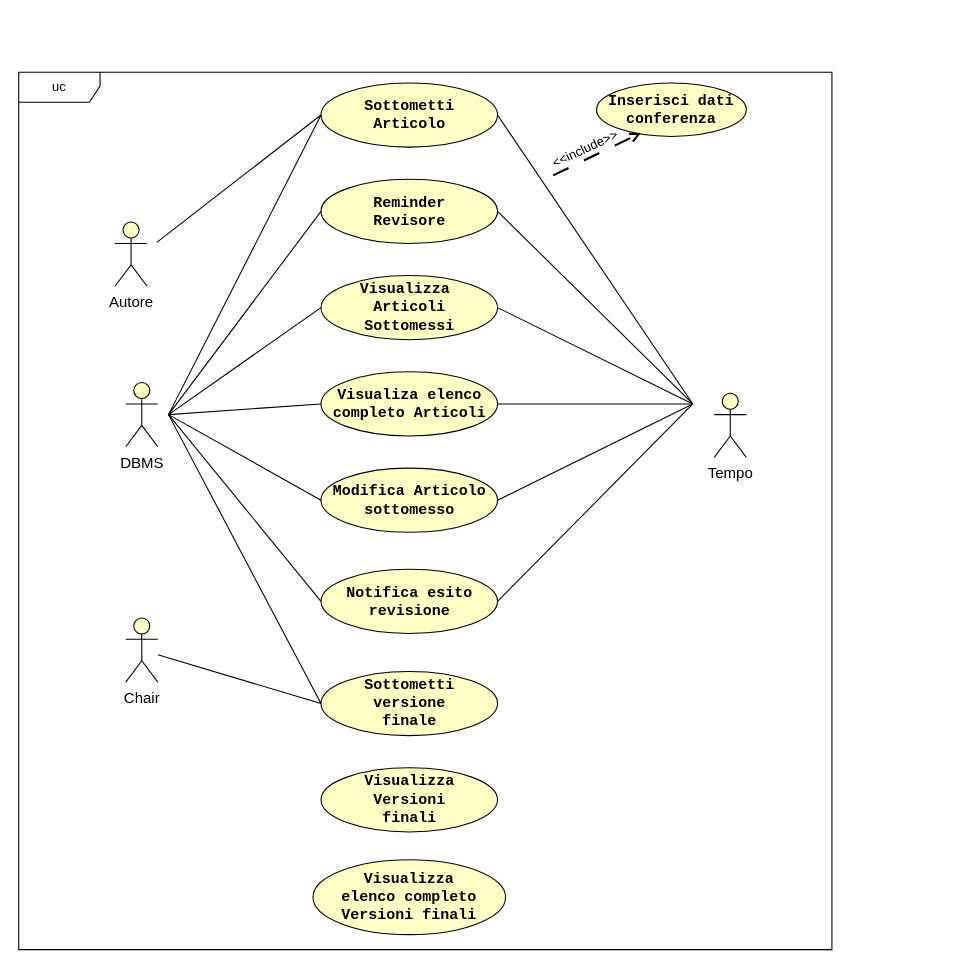
Above: RAD/images/GestionePaper.drawio in Gabro29/IngegneriaSoftware (draw.io), before the change. Source tidied: cells renumbered, new cells numbered last; positions are measured from the earlier drawing's top-left corner, leaving out a move shared by most shapes. Both pictures are drawn from the tidied source at 107%, with x=0, y=0 at pixel (18, 72).
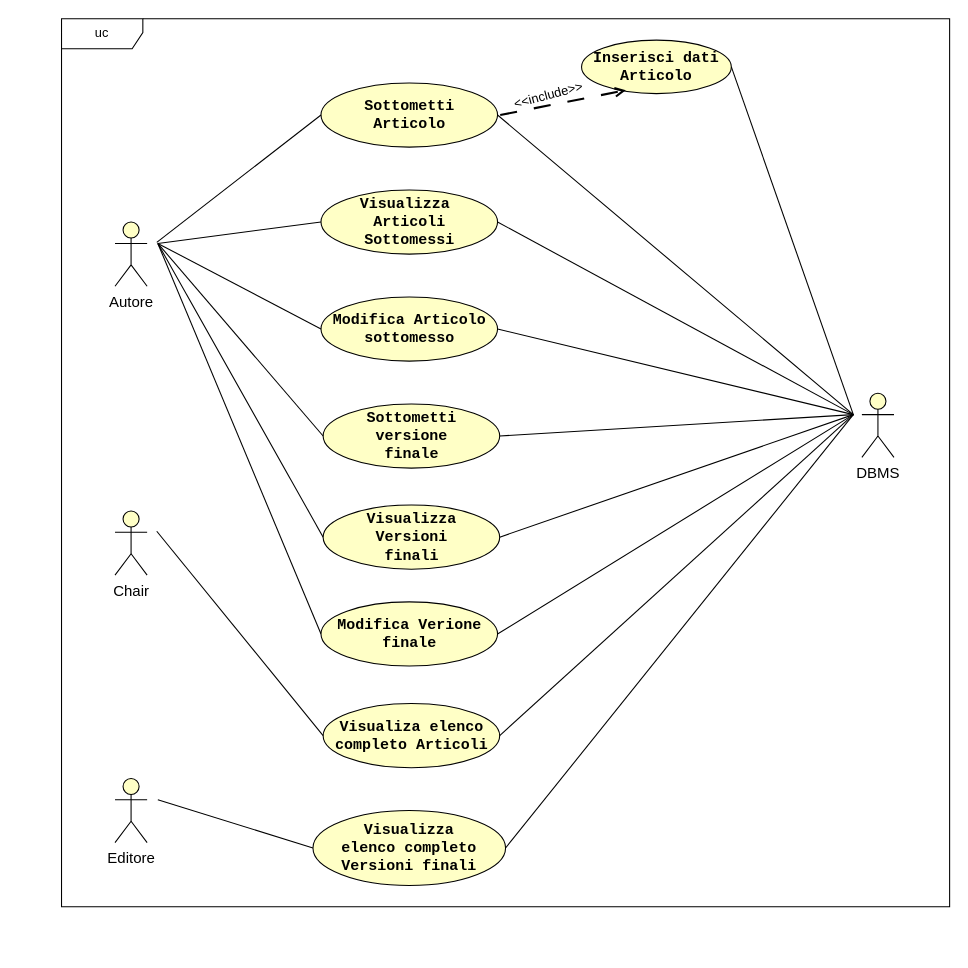
Above is the later version.

The change refers to these unchanged cells:
```xml
<mxCell id="5" value="&lt;font face=&quot;Courier New&quot; style=&quot;color: light-dark(rgb(0, 0, 0), rgb(0, 0, 0));&quot;&gt;&lt;span style=&quot;font-size: 14px;&quot;&gt;&lt;b style=&quot;&quot;&gt;Sottometti&lt;/b&gt;&lt;/span&gt;&lt;/font&gt;&lt;div&gt;&lt;font face=&quot;Courier New&quot; style=&quot;color: light-dark(rgb(0, 0, 0), rgb(0, 0, 0));&quot;&gt;&lt;span style=&quot;font-size: 14px;&quot;&gt;&lt;b style=&quot;&quot;&gt;Articolo&lt;/b&gt;&lt;/span&gt;&lt;/font&gt;&lt;/div&gt;" style="ellipse;whiteSpace=wrap;html=1;fillColor=light-dark(#FFFFC6,#FDF89C);strokeColor=light-dark(#000000,#000000);" parent="1" vertex="1">
  <mxGeometry x="282.5" y="10" width="165" height="60" as="geometry" />
</mxCell>
```

The edit, as a diff of the source:
```diff
@@
-    <mxCell id="2" value="&lt;font style=&quot;color: light-dark(rgb(0, 0, 0), rgb(0, 0, 0)); font-size: 14px;&quot;&gt;Chair&lt;/font&gt;" style="shape=umlActor;verticalLabelPosition=bottom;verticalAlign=top;html=1;outlineConnect=0;strokeColor=light-dark(#000000,#000000);fillColor=light-dark(#FFFFC6,#FDF89C);" parent="1" vertex="1">
-      <mxGeometry x="100" y="510" width="30" height="60" as="geometry" />
+    <mxCell id="2" value="&lt;font style=&quot;color: light-dark(rgb(0, 0, 0), rgb(0, 0, 0)); font-size: 14px;&quot;&gt;Editore&lt;/font&gt;" style="shape=umlActor;verticalLabelPosition=bottom;verticalAlign=top;html=1;outlineConnect=0;strokeColor=light-dark(#000000,#000000);fillColor=light-dark(#FFFFC6,#FDF89C);" parent="1" vertex="1">
+      <mxGeometry x="90" y="660" width="30" height="60" as="geometry" />
     </mxCell>
-    <mxCell id="3" value="&lt;font style=&quot;color: light-dark(rgb(0, 0, 0), rgb(0, 0, 0)); font-size: 14px;&quot;&gt;DBMS&lt;/font&gt;" style="shape=umlActor;verticalLabelPosition=bottom;verticalAlign=top;html=1;strokeColor=light-dark(#000000,#000000);fillColor=light-dark(#FFFFC6,#FDF89C);" parent="1" vertex="1">
-      <mxGeometry x="100" y="290" width="30" height="60" as="geometry" />
+    <mxCell id="3" value="&lt;font style=&quot;color: light-dark(rgb(0, 0, 0), rgb(0, 0, 0)); font-size: 14px;&quot;&gt;Chair&lt;/font&gt;" style="shape=umlActor;verticalLabelPosition=bottom;verticalAlign=top;html=1;strokeColor=light-dark(#000000,#000000);fillColor=light-dark(#FFFFC6,#FDF89C);" parent="1" vertex="1">
+      <mxGeometry x="90" y="410" width="30" height="60" as="geometry" />
     </mxCell>
-    <mxCell id="4" value="&lt;font style=&quot;color: light-dark(rgb(0, 0, 0), rgb(9, 9, 9));&quot; face=&quot;Courier New&quot;&gt;&lt;span style=&quot;font-size: 14px;&quot;&gt;&lt;b style=&quot;&quot;&gt;Reminder&lt;/b&gt;&lt;/span&gt;&lt;/font&gt;&lt;div&gt;&lt;font style=&quot;color: light-dark(rgb(0, 0, 0), rgb(9, 9, 9));&quot; face=&quot;Courier New&quot;&gt;&lt;span style=&quot;font-size: 14px;&quot;&gt;&lt;b style=&quot;&quot;&gt;Revisore&lt;/b&gt;&lt;/span&gt;&lt;/font&gt;&lt;/div&gt;" style="ellipse;whiteSpace=wrap;html=1;fillColor=light-dark(#FFFFC6,#FDF89C);strokeColor=light-dark(#000000,#000000);gradientColor=none;" parent="1" vertex="1">
-      <mxGeometry x="282.5" y="100" width="165" height="60" as="geometry" />
-    </mxCell>
@@
     <mxCell id="6" value="&lt;font style=&quot;color: light-dark(rgb(0, 0, 0), rgb(9, 9, 9));&quot; face=&quot;Courier New&quot;&gt;&lt;span style=&quot;font-size: 14px;&quot;&gt;&lt;b style=&quot;&quot;&gt;Visualizza&amp;nbsp;&lt;/b&gt;&lt;/span&gt;&lt;/font&gt;&lt;div&gt;&lt;font style=&quot;color: light-dark(rgb(0, 0, 0), rgb(9, 9, 9));&quot; face=&quot;Courier New&quot;&gt;&lt;span style=&quot;font-size: 14px;&quot;&gt;&lt;b style=&quot;&quot;&gt;Articoli&lt;/b&gt;&lt;/span&gt;&lt;/font&gt;&lt;div&gt;&lt;font style=&quot;color: light-dark(rgb(0, 0, 0), rgb(9, 9, 9));&quot; face=&quot;Courier New&quot;&gt;&lt;span style=&quot;font-size: 14px;&quot;&gt;&lt;b style=&quot;&quot;&gt;Sottomessi&lt;/b&gt;&lt;/span&gt;&lt;/font&gt;&lt;/div&gt;&lt;/div&gt;" style="ellipse;whiteSpace=wrap;html=1;fillColor=light-dark(#FFFFC6,#FDF89C);strokeColor=light-dark(#000000,#000000);" parent="1" vertex="1">
-      <mxGeometry x="282.5" y="190" width="165" height="60" as="geometry" />
+      <mxGeometry x="282.5" y="110" width="165" height="60" as="geometry" />
     </mxCell>
     <mxCell id="7" value="&lt;font style=&quot;color: light-dark(rgb(0, 0, 0), rgb(0, 0, 0));&quot; face=&quot;Courier New&quot;&gt;&lt;span style=&quot;font-size: 14px;&quot;&gt;&lt;b style=&quot;&quot;&gt;Visualiza elenco&lt;/b&gt;&lt;/span&gt;&lt;/font&gt;&lt;div&gt;&lt;font style=&quot;color: light-dark(rgb(0, 0, 0), rgb(0, 0, 0));&quot; face=&quot;Courier New&quot;&gt;&lt;span style=&quot;font-size: 14px;&quot;&gt;&lt;b style=&quot;&quot;&gt;completo Articoli&lt;/b&gt;&lt;/span&gt;&lt;/font&gt;&lt;/div&gt;" style="ellipse;whiteSpace=wrap;html=1;fillColor=light-dark(#FFFFC6,#FDF89C);strokeColor=light-dark(#000000,#000000);" parent="1" vertex="1">
-      <mxGeometry x="282.5" y="280" width="165" height="60" as="geometry" />
+      <mxGeometry x="284.5" y="590" width="165" height="60" as="geometry" />
     </mxCell>
     <mxCell id="8" value="&lt;font face=&quot;Courier New&quot; style=&quot;color: light-dark(rgb(0, 0, 0), rgb(9, 9, 9)); font-size: 14px;&quot;&gt;&lt;b style=&quot;&quot;&gt;Sottometti&lt;/b&gt;&lt;/font&gt;&lt;div&gt;&lt;font face=&quot;Courier New&quot; style=&quot;color: light-dark(rgb(0, 0, 0), rgb(9, 9, 9)); font-size: 14px;&quot;&gt;&lt;b style=&quot;&quot;&gt;versione&lt;/b&gt;&lt;/font&gt;&lt;/div&gt;&lt;div&gt;&lt;font face=&quot;Courier New&quot; style=&quot;color: light-dark(rgb(0, 0, 0), rgb(9, 9, 9)); font-size: 14px;&quot;&gt;&lt;b style=&quot;&quot;&gt;finale&lt;/b&gt;&lt;/font&gt;&lt;/div&gt;" style="ellipse;whiteSpace=wrap;html=1;fillColor=light-dark(#FFFFC6,#FDF89C);strokeColor=light-dark(#000000,#000000);" parent="1" vertex="1">
-      <mxGeometry x="282.5" y="560" width="165" height="60" as="geometry" />
+      <mxGeometry x="284.5" y="310" width="165" height="60" as="geometry" />
     </mxCell>
     <mxCell id="9" value="&lt;font style=&quot;color: light-dark(rgb(0, 0, 0), rgb(0, 0, 0));&quot; face=&quot;Courier New&quot;&gt;&lt;span style=&quot;font-size: 14px;&quot;&gt;&lt;b style=&quot;&quot;&gt;Modifica Articolo&lt;/b&gt;&lt;/span&gt;&lt;/font&gt;&lt;div&gt;&lt;font style=&quot;color: light-dark(rgb(0, 0, 0), rgb(0, 0, 0));&quot; face=&quot;Courier New&quot;&gt;&lt;span style=&quot;font-size: 14px;&quot;&gt;&lt;b style=&quot;&quot;&gt;sottomesso&lt;/b&gt;&lt;/span&gt;&lt;/font&gt;&lt;/div&gt;" style="ellipse;whiteSpace=wrap;html=1;fillColor=light-dark(#FFFFC6,#FDF89C);strokeColor=light-dark(#000000,#000000);" parent="1" vertex="1">
-      <mxGeometry x="282.5" y="370" width="165" height="60" as="geometry" />
+      <mxGeometry x="282.5" y="210" width="165" height="60" as="geometry" />
     </mxCell>
-    <mxCell id="10" value="&lt;font face=&quot;Courier New&quot; style=&quot;color: light-dark(rgb(0, 0, 0), rgb(9, 9, 9)); font-size: 14px;&quot;&gt;&lt;b style=&quot;&quot;&gt;Notifica esito&lt;/b&gt;&lt;/font&gt;&lt;div&gt;&lt;font face=&quot;Courier New&quot; style=&quot;color: light-dark(rgb(0, 0, 0), rgb(9, 9, 9)); font-size: 14px;&quot;&gt;&lt;b style=&quot;&quot;&gt;revisione&lt;/b&gt;&lt;/font&gt;&lt;/div&gt;" style="ellipse;whiteSpace=wrap;html=1;fillColor=light-dark(#FFFFC6,#FDF89C);strokeColor=light-dark(#000000,#000000);" parent="1" vertex="1">
-      <mxGeometry x="282.5" y="464.5" width="165" height="60" as="geometry" />
-    </mxCell>
     <mxCell id="11" value="uc" style="shape=umlFrame;whiteSpace=wrap;html=1;strokeColor=light-dark(#000000,#000000);width=76;height=28;" parent="1" vertex="1">
-      <mxGeometry width="760" height="820" as="geometry" />
+      <mxGeometry x="40" y="-50" width="830" height="830" as="geometry" />
     </mxCell>
-    <mxCell id="12" style="endArrow=none;html=1;rounded=0;strokeColor=light-dark(#000000,#000000);endFill=0;strokeWidth=1;startSize=6;jumpSize=6;targetPerimeterSpacing=0;endSize=6;entryX=0;entryY=0.5;entryDx=0;entryDy=0;startFill=0;" parent="1" edge="1" source="2" target="8">
-      <mxGeometry relative="1" as="geometry" />
+    <mxCell id="12" style="endArrow=none;html=1;rounded=0;strokeColor=light-dark(#000000,#000000);endFill=0;strokeWidth=1;startSize=6;jumpSize=6;targetPerimeterSpacing=0;endSize=6;entryX=0;entryY=0.5;entryDx=0;entryDy=0;startFill=0;" parent="1" edge="1" target="8">
+      <mxGeometry relative="1" as="geometry">
+        <mxPoint x="130" y="160" as="sourcePoint" />
+      </mxGeometry>
     </mxCell>
     <mxCell id="13" style="endArrow=none;html=1;rounded=0;strokeColor=light-dark(#000000,#000000);endFill=0;strokeWidth=1;startSize=6;jumpSize=6;targetPerimeterSpacing=0;endSize=6;entryX=1;entryY=0.5;entryDx=0;entryDy=0;startFill=0;" parent="1" edge="1" target="5">
       <mxGeometry relative="1" as="geometry">
-        <mxPoint x="630" y="310" as="sourcePoint" />
+        <mxPoint x="780" y="320" as="sourcePoint" />
       </mxGeometry>
     </mxCell>
-    <mxCell id="14" style="endArrow=none;html=1;rounded=0;strokeColor=light-dark(#000000,#000000);endFill=0;strokeWidth=1;startSize=6;jumpSize=6;targetPerimeterSpacing=0;endSize=6;entryX=1;entryY=0.5;entryDx=0;entryDy=0;startFill=0;" parent="1" edge="1" target="4">
-      <mxGeometry relative="1" as="geometry">
-        <mxPoint x="630" y="310" as="sourcePoint" />
-      </mxGeometry>
-    </mxCell>
     <mxCell id="15" style="endArrow=none;html=1;rounded=0;strokeColor=light-dark(#000000,#000000);endFill=0;strokeWidth=1;startSize=6;jumpSize=6;targetPerimeterSpacing=0;endSize=6;entryX=1;entryY=0.5;entryDx=0;entryDy=0;startFill=0;" parent="1" edge="1" target="6">
       <mxGeometry relative="1" as="geometry">
-        <mxPoint x="630" y="310" as="sourcePoint" />
+        <mxPoint x="780" y="320" as="sourcePoint" />
       </mxGeometry>
     </mxCell>
     <mxCell id="16" style="endArrow=none;html=1;rounded=0;strokeColor=light-dark(#000000,#000000);endFill=0;strokeWidth=1;startSize=6;jumpSize=6;targetPerimeterSpacing=0;endSize=6;entryX=1;entryY=0.5;entryDx=0;entryDy=0;startFill=0;" parent="1" edge="1" target="7">
       <mxGeometry relative="1" as="geometry">
-        <mxPoint x="630" y="310" as="sourcePoint" />
+        <mxPoint x="780" y="320" as="sourcePoint" />
       </mxGeometry>
     </mxCell>
     <mxCell id="17" style="endArrow=none;html=1;rounded=0;strokeColor=light-dark(#000000,#000000);endFill=0;strokeWidth=1;startSize=6;jumpSize=6;targetPerimeterSpacing=0;endSize=6;entryX=1;entryY=0.5;entryDx=0;entryDy=0;startFill=0;" parent="1" edge="1" target="9">
       <mxGeometry relative="1" as="geometry">
-        <mxPoint x="630" y="310" as="sourcePoint" />
+        <mxPoint x="780" y="320" as="sourcePoint" />
       </mxGeometry>
     </mxCell>
-    <mxCell id="18" style="endArrow=none;html=1;rounded=0;strokeColor=light-dark(#000000,#000000);endFill=0;strokeWidth=1;startSize=6;jumpSize=6;targetPerimeterSpacing=0;endSize=6;entryX=1;entryY=0.5;entryDx=0;entryDy=0;startFill=0;" parent="1" edge="1" target="10">
+    <mxCell id="18" style="endArrow=none;html=1;rounded=0;strokeColor=light-dark(#000000,#000000);endFill=0;strokeWidth=1;startSize=6;jumpSize=6;targetPerimeterSpacing=0;endSize=6;entryX=1;entryY=0.5;entryDx=0;entryDy=0;startFill=0;" parent="1" edge="1" target="29">
       <mxGeometry relative="1" as="geometry">
-        <mxPoint x="630" y="310" as="sourcePoint" />
+        <mxPoint x="780" y="320" as="sourcePoint" />
       </mxGeometry>
     </mxCell>
-    <mxCell id="19" value="&lt;font style=&quot;color: light-dark(rgb(0, 0, 0), rgb(0, 0, 0)); font-size: 14px;&quot;&gt;Tempo&lt;/font&gt;" style="shape=umlActor;verticalLabelPosition=bottom;verticalAlign=top;html=1;strokeColor=light-dark(#000000,#000000);fillColor=light-dark(#FFFFC6,#FDF89C);" parent="1" vertex="1">
-      <mxGeometry x="650" y="300" width="30" height="60" as="geometry" />
+    <mxCell id="19" value="&lt;font style=&quot;color: light-dark(rgb(0, 0, 0), rgb(0, 0, 0)); font-size: 14px;&quot;&gt;DBMS&lt;/font&gt;" style="shape=umlActor;verticalLabelPosition=bottom;verticalAlign=top;html=1;strokeColor=light-dark(#000000,#000000);fillColor=light-dark(#FFFFC6,#FDF89C);" parent="1" vertex="1">
+      <mxGeometry x="788" y="300" width="30" height="60" as="geometry" />
     </mxCell>
-    <mxCell id="20" style="endArrow=none;html=1;rounded=0;strokeColor=light-dark(#000000,#000000);endFill=0;strokeWidth=1;startSize=6;jumpSize=6;targetPerimeterSpacing=0;endSize=6;entryX=0;entryY=0.5;entryDx=0;entryDy=0;startFill=0;" parent="1" edge="1" target="10">
+    <mxCell id="20" style="endArrow=none;html=1;rounded=0;strokeColor=light-dark(#000000,#000000);endFill=0;strokeWidth=1;startSize=6;jumpSize=6;targetPerimeterSpacing=0;endSize=6;entryX=0;entryY=0.5;entryDx=0;entryDy=0;startFill=0;" parent="1" edge="1" target="36">
       <mxGeometry relative="1" as="geometry">
-        <mxPoint x="140" y="320" as="sourcePoint" />
+        <mxPoint x="130" y="160" as="sourcePoint" />
       </mxGeometry>
     </mxCell>
     <mxCell id="21" style="endArrow=none;html=1;rounded=0;strokeColor=light-dark(#000000,#000000);endFill=0;strokeWidth=1;startSize=6;jumpSize=6;targetPerimeterSpacing=0;endSize=6;entryX=0;entryY=0.5;entryDx=0;entryDy=0;startFill=0;" parent="1" edge="1" target="9">
       <mxGeometry relative="1" as="geometry">
-        <mxPoint x="140" y="320" as="sourcePoint" />
+        <mxPoint x="130" y="160" as="sourcePoint" />
       </mxGeometry>
     </mxCell>
-    <mxCell id="22" style="endArrow=none;html=1;rounded=0;strokeColor=light-dark(#000000,#000000);endFill=0;strokeWidth=1;startSize=6;jumpSize=6;targetPerimeterSpacing=0;endSize=6;startFill=0;entryX=0;entryY=0.5;entryDx=0;entryDy=0;" parent="1" edge="1" target="8">
-      <mxGeometry relative="1" as="geometry">
-        <mxPoint x="140" y="320" as="sourcePoint" />
-      </mxGeometry>
-    </mxCell>
-    <mxCell id="23" style="endArrow=none;html=1;rounded=0;strokeColor=light-dark(#000000,#000000);endFill=0;strokeWidth=1;startSize=6;jumpSize=6;targetPerimeterSpacing=0;endSize=6;startFill=0;entryX=0;entryY=0.5;entryDx=0;entryDy=0;" parent="1" edge="1" target="7">
+    <mxCell id="23" style="endArrow=none;html=1;rounded=0;strokeColor=light-dark(#000000,#000000);endFill=0;strokeWidth=1;startSize=6;jumpSize=6;targetPerimeterSpacing=0;endSize=6;startFill=0;entryX=0;entryY=0.5;entryDx=0;entryDy=0;" parent="1" edge="1" target="27">
       <mxGeometry relative="1" as="geometry">
-        <mxPoint x="140" y="320" as="sourcePoint" />
+        <mxPoint x="130" y="160" as="sourcePoint" />
       </mxGeometry>
     </mxCell>
     <mxCell id="24" style="endArrow=none;html=1;rounded=0;strokeColor=light-dark(#000000,#000000);endFill=0;strokeWidth=1;startSize=6;jumpSize=6;targetPerimeterSpacing=0;endSize=6;startFill=0;entryX=0;entryY=0.5;entryDx=0;entryDy=0;" parent="1" edge="1" target="6">
       <mxGeometry relative="1" as="geometry">
-        <mxPoint x="140" y="320" as="sourcePoint" />
+        <mxPoint x="130" y="160" as="sourcePoint" />
       </mxGeometry>
     </mxCell>
-    <mxCell id="25" style="endArrow=none;html=1;rounded=0;strokeColor=light-dark(#000000,#000000);endFill=0;strokeWidth=1;startSize=6;jumpSize=6;targetPerimeterSpacing=0;endSize=6;startFill=0;entryX=0;entryY=0.5;entryDx=0;entryDy=0;" parent="1" edge="1" target="4">
-      <mxGeometry relative="1" as="geometry">
-        <mxPoint x="140" y="320" as="sourcePoint" />
-      </mxGeometry>
-    </mxCell>
-    <mxCell id="26" style="endArrow=none;html=1;rounded=0;strokeColor=light-dark(#000000,#000000);endFill=0;strokeWidth=1;startSize=6;jumpSize=6;targetPerimeterSpacing=0;endSize=6;startFill=0;entryX=0;entryY=0.5;entryDx=0;entryDy=0;" parent="1" edge="1" target="5">
-      <mxGeometry relative="1" as="geometry">
-        <mxPoint x="140" y="320" as="sourcePoint" />
-      </mxGeometry>
-    </mxCell>
     <mxCell id="27" value="&lt;font face=&quot;Courier New&quot; style=&quot;color: light-dark(rgb(0, 0, 0), rgb(0, 0, 0));&quot;&gt;&lt;span style=&quot;font-size: 14px;&quot;&gt;&lt;b style=&quot;&quot;&gt;Visualizza&lt;/b&gt;&lt;/span&gt;&lt;/font&gt;&lt;div&gt;&lt;font face=&quot;Courier New&quot; style=&quot;color: light-dark(rgb(0, 0, 0), rgb(0, 0, 0));&quot;&gt;&lt;span style=&quot;font-size: 14px;&quot;&gt;&lt;b&gt;Versioni&lt;/b&gt;&lt;/span&gt;&lt;/font&gt;&lt;/div&gt;&lt;div&gt;&lt;font face=&quot;Courier New&quot; style=&quot;color: light-dark(rgb(0, 0, 0), rgb(0, 0, 0));&quot;&gt;&lt;span style=&quot;font-size: 14px;&quot;&gt;&lt;b style=&quot;&quot;&gt;finali&lt;/b&gt;&lt;/span&gt;&lt;/font&gt;&lt;/div&gt;" style="ellipse;whiteSpace=wrap;html=1;fillColor=light-dark(#FFFFC6,#FDF89C);strokeColor=light-dark(#000000,#000000);" parent="1" vertex="1">
-      <mxGeometry x="282.5" y="650" width="165" height="60" as="geometry" />
+      <mxGeometry x="284.5" y="404.5" width="165" height="60" as="geometry" />
     </mxCell>
@@
     <mxCell id="29" value="&lt;font face=&quot;Courier New&quot; style=&quot;color: light-dark(rgb(0, 0, 0), rgb(0, 0, 0));&quot;&gt;&lt;span style=&quot;font-size: 14px;&quot;&gt;&lt;b style=&quot;&quot;&gt;Visualizza&lt;/b&gt;&lt;/span&gt;&lt;/font&gt;&lt;div&gt;&lt;font face=&quot;Courier New&quot; style=&quot;color: light-dark(rgb(0, 0, 0), rgb(0, 0, 0));&quot;&gt;&lt;span style=&quot;font-size: 14px;&quot;&gt;&lt;b&gt;elenco completo&lt;/b&gt;&lt;/span&gt;&lt;/font&gt;&lt;/div&gt;&lt;div&gt;&lt;font style=&quot;color: light-dark(rgb(0, 0, 0), rgb(0, 0, 0));&quot; face=&quot;Courier New&quot;&gt;&lt;span style=&quot;font-size: 14px;&quot;&gt;&lt;b style=&quot;&quot;&gt;Versioni finali&lt;/b&gt;&lt;/span&gt;&lt;/font&gt;&lt;/div&gt;" style="ellipse;whiteSpace=wrap;html=1;fillColor=light-dark(#FFFFC6,#FDF89C);strokeColor=light-dark(#000000,#000000);" parent="1" vertex="1">
-      <mxGeometry x="275" y="736" width="180" height="70" as="geometry" />
+      <mxGeometry x="275" y="690" width="180" height="70" as="geometry" />
     </mxCell>
@@
-    <mxCell id="31" value="&lt;font face=&quot;Courier New&quot; color=&quot;#000000&quot;&gt;&lt;span style=&quot;caret-color: rgb(0, 0, 0); font-size: 14px;&quot;&gt;&lt;b&gt;Inserisci dati conferenza&lt;/b&gt;&lt;/span&gt;&lt;/font&gt;" style="ellipse;whiteSpace=wrap;html=1;fillColor=light-dark(#FFFFC6,#FDF89C);strokeColor=light-dark(#000000,#000000);gradientColor=none;" parent="1" vertex="1">
-      <mxGeometry x="540" y="10" width="140" height="50" as="geometry" />
+    <mxCell id="31" value="&lt;font style=&quot;color: light-dark(rgb(0, 0, 0), rgb(0, 0, 0));&quot; face=&quot;Courier New&quot;&gt;&lt;span style=&quot;font-size: 14px;&quot;&gt;&lt;b&gt;Inserisci dati&lt;/b&gt;&lt;/span&gt;&lt;/font&gt;&lt;div&gt;&lt;font style=&quot;color: light-dark(rgb(0, 0, 0), rgb(0, 0, 0));&quot; face=&quot;Courier New&quot;&gt;&lt;span style=&quot;font-size: 14px;&quot;&gt;&lt;b&gt;Articolo&lt;/b&gt;&lt;/span&gt;&lt;/font&gt;&lt;/div&gt;" style="ellipse;whiteSpace=wrap;html=1;fillColor=light-dark(#FFFFC6,#FDF89C);strokeColor=light-dark(#000000,#000000);gradientColor=none;" parent="1" vertex="1">
+      <mxGeometry x="526" y="-30" width="140" height="50" as="geometry" />
     </mxCell>
-    <mxCell id="32" style="endArrow=open;dashed=1;html=1;dashPattern=8 8;strokeWidth=2;rounded=0;strokeColor=light-dark(#000000,#000000);endFill=0;entryX=0.296;entryY=0.936;entryDx=0;entryDy=0;entryPerimeter=0;exitX=0.9;exitY=0.2;exitDx=0;exitDy=0;exitPerimeter=0;fontFamily=Times New Roman;" parent="1" edge="1" target="31">
+    <mxCell id="32" style="endArrow=open;dashed=1;html=1;dashPattern=8 8;strokeWidth=2;rounded=0;strokeColor=light-dark(#000000,#000000);endFill=0;entryX=0.296;entryY=0.936;entryDx=0;entryDy=0;entryPerimeter=0;fontFamily=Times New Roman;" parent="1" edge="1" target="31">
       <mxGeometry relative="1" as="geometry">
-        <mxPoint x="499.4" y="96.4" as="sourcePoint" />
+        <mxPoint x="450" y="40" as="sourcePoint" />
       </mxGeometry>
     </mxCell>
-    <mxCell id="33" value="&lt;font style=&quot;color: light-dark(rgb(0, 0, 0), rgb(0, 0, 0));&quot;&gt;&amp;lt;&amp;lt;include&amp;gt;&amp;gt;&lt;/font&gt;" style="text;html=1;align=center;verticalAlign=middle;strokeColor=none;fillColor=none;rotation=-25;" parent="1" vertex="1">
-      <mxGeometry x="484.4" y="56.5" width="90" height="30" as="geometry" />
+    <mxCell id="33" value="&lt;font style=&quot;color: light-dark(rgb(0, 0, 0), rgb(0, 0, 0));&quot;&gt;&amp;lt;&amp;lt;include&amp;gt;&amp;gt;&lt;/font&gt;" style="text;html=1;align=center;verticalAlign=middle;strokeColor=none;fillColor=none;rotation=-15;" parent="1" vertex="1">
+      <mxGeometry x="449.5" y="7" width="90" height="30" as="geometry" />
     </mxCell>
+    <mxCell id="34" style="endArrow=none;html=1;rounded=0;strokeColor=light-dark(#000000,#000000);endFill=0;strokeWidth=1;startSize=6;jumpSize=6;targetPerimeterSpacing=0;endSize=6;entryX=1;entryY=0.5;entryDx=0;entryDy=0;startFill=0;" parent="1" edge="1" target="31">
+      <mxGeometry relative="1" as="geometry">
+        <mxPoint x="780" y="320" as="sourcePoint" />
+      </mxGeometry>
+    </mxCell>
+    <mxCell id="35" style="endArrow=none;html=1;rounded=0;strokeColor=light-dark(#000000,#000000);endFill=0;strokeWidth=1;startSize=6;jumpSize=6;targetPerimeterSpacing=0;endSize=6;entryX=1;entryY=0.5;entryDx=0;entryDy=0;startFill=0;" parent="1" edge="1" target="8">
+      <mxGeometry relative="1" as="geometry">
+        <mxPoint x="780" y="320" as="sourcePoint" />
+      </mxGeometry>
+    </mxCell>
+    <mxCell id="36" value="&lt;font style=&quot;color: light-dark(rgb(0, 0, 0), rgb(0, 0, 0));&quot; face=&quot;Courier New&quot;&gt;&lt;span style=&quot;font-size: 14px;&quot;&gt;&lt;b style=&quot;&quot;&gt;Modifica Verione&lt;/b&gt;&lt;/span&gt;&lt;/font&gt;&lt;div&gt;&lt;font style=&quot;color: light-dark(rgb(0, 0, 0), rgb(0, 0, 0));&quot; face=&quot;Courier New&quot;&gt;&lt;span style=&quot;font-size: 14px;&quot;&gt;&lt;b style=&quot;&quot;&gt;finale&lt;/b&gt;&lt;/span&gt;&lt;/font&gt;&lt;/div&gt;" style="ellipse;whiteSpace=wrap;html=1;fillColor=light-dark(#FFFFC6,#FDF89C);strokeColor=light-dark(#000000,#000000);" parent="1" vertex="1">
+      <mxGeometry x="282.5" y="495" width="165" height="60" as="geometry" />
+    </mxCell>
+    <mxCell id="37" style="endArrow=none;html=1;rounded=0;strokeColor=light-dark(#000000,#000000);endFill=0;strokeWidth=1;startSize=6;jumpSize=6;targetPerimeterSpacing=0;endSize=6;entryX=1;entryY=0.5;entryDx=0;entryDy=0;startFill=0;" parent="1" edge="1" target="27">
+      <mxGeometry relative="1" as="geometry">
+        <mxPoint x="780" y="320" as="sourcePoint" />
+      </mxGeometry>
+    </mxCell>
+    <mxCell id="38" style="endArrow=none;html=1;rounded=0;strokeColor=light-dark(#000000,#000000);endFill=0;strokeWidth=1;startSize=6;jumpSize=6;targetPerimeterSpacing=0;endSize=6;entryX=1;entryY=0.5;entryDx=0;entryDy=0;startFill=0;" parent="1" edge="1" target="36">
+      <mxGeometry relative="1" as="geometry">
+        <mxPoint x="780" y="320" as="sourcePoint" />
+      </mxGeometry>
+    </mxCell>
+    <mxCell id="39" style="endArrow=none;html=1;rounded=0;strokeColor=light-dark(#000000,#000000);endFill=0;strokeWidth=1;startSize=6;jumpSize=6;targetPerimeterSpacing=0;endSize=6;entryX=0;entryY=0.5;entryDx=0;entryDy=0;startFill=0;" parent="1" edge="1" target="7">
+      <mxGeometry relative="1" as="geometry">
+        <mxPoint x="129" y="429" as="sourcePoint" />
+      </mxGeometry>
+    </mxCell>
+    <mxCell id="40" style="endArrow=none;html=1;rounded=0;strokeColor=light-dark(#000000,#000000);endFill=0;strokeWidth=1;startSize=6;jumpSize=6;targetPerimeterSpacing=0;endSize=6;entryX=0;entryY=0.5;entryDx=0;entryDy=0;startFill=0;" parent="1" edge="1" target="29">
+      <mxGeometry relative="1" as="geometry">
+        <mxPoint x="130" y="680" as="sourcePoint" />
+      </mxGeometry>
+    </mxCell>
```
